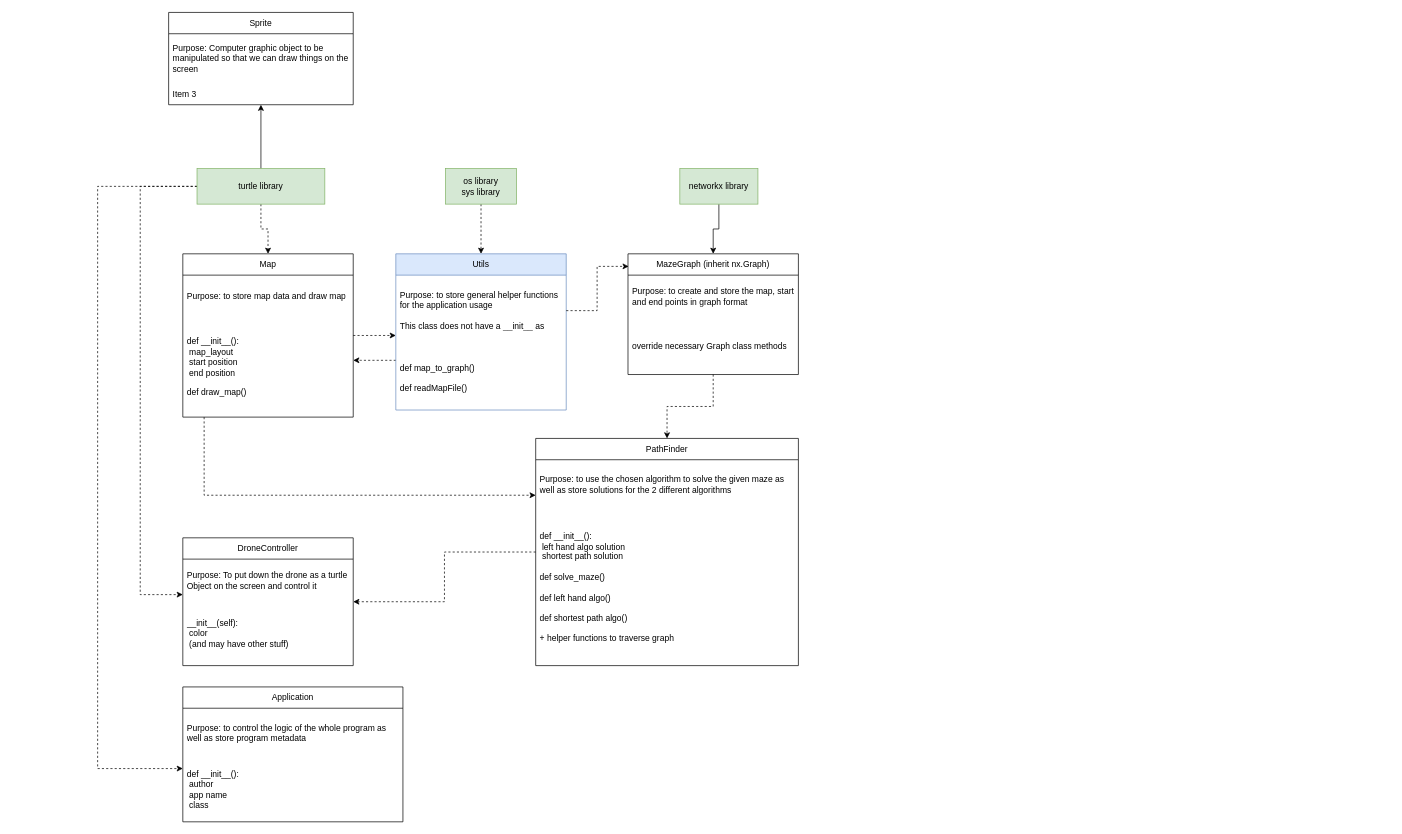
This is page "Class Design" (1 of 3) of diagrams/program_diagrams.drawio from junnjiee16/ST1507-DSAA-Maze-Solver, a draw.io file, before an edit. Source tidied: cells renumbered, new cells numbered last; positions are measured from the earlier drawing's top-left corner, leaving out a move shared by most shapes. Both pictures are drawn from the tidied source at 71%, with x=0, y=0 at pixel (97, 12).
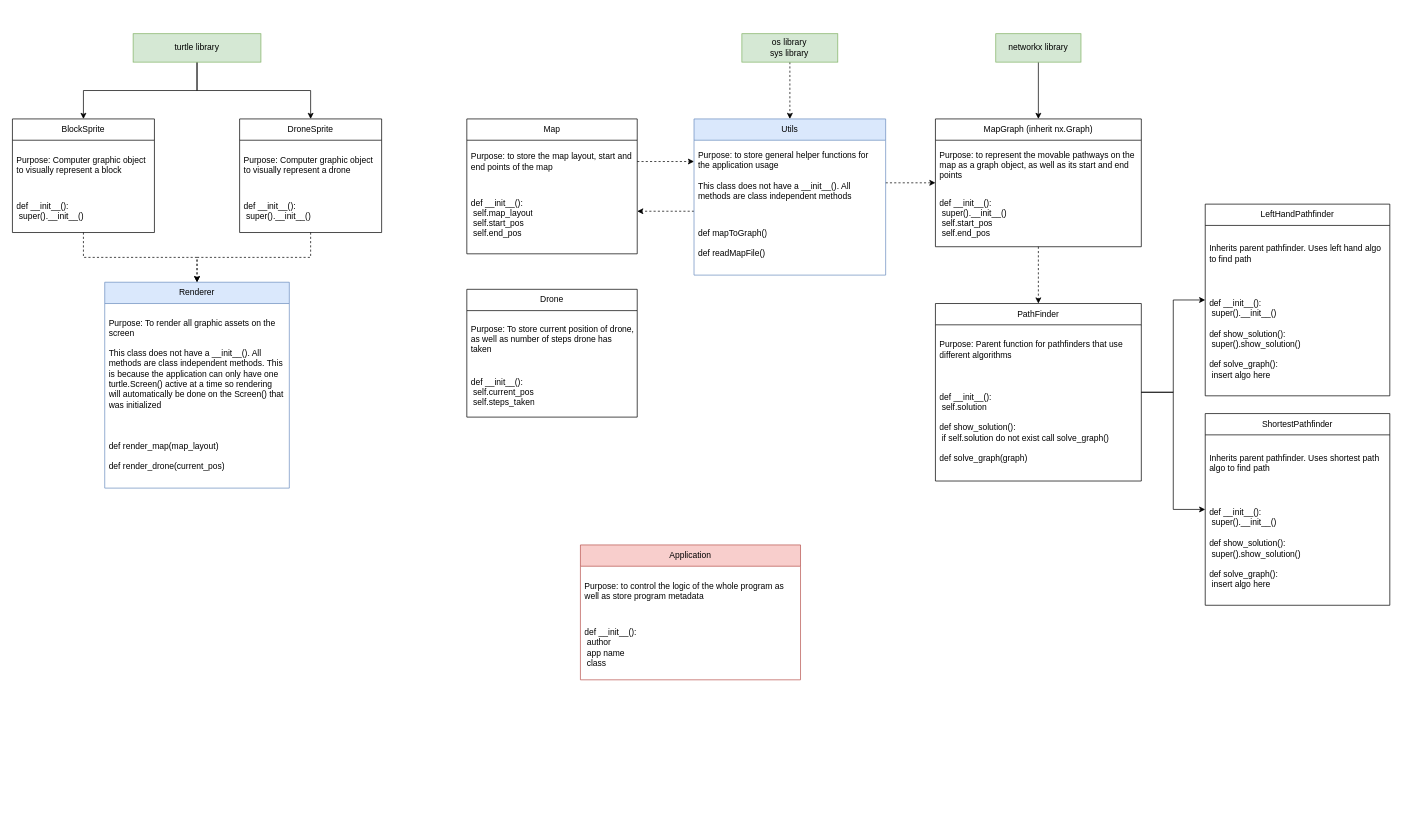
The same page after the edit.

What changed in the source:
```diff
@@
-    <mxCell id="2" style="edgeStyle=orthogonalEdgeStyle;rounded=0;jettySize=auto;html=1;entryX=0.5;entryY=0;entryDx=0;entryDy=0;dashed=1;" parent="1" edge="1" source="6" target="12">
-      <mxGeometry relative="1" as="geometry" />
-    </mxCell>
-    <mxCell id="3" style="edgeStyle=orthogonalEdgeStyle;rounded=0;jettySize=auto;html=1;dashed=1;" parent="1" edge="1" source="6" target="7">
-      <mxGeometry relative="1" as="geometry">
-        <Array as="points">
-          <mxPoint x="60" y="245" />
-          <mxPoint x="60" y="820" />
-        </Array>
-      </mxGeometry>
-    </mxCell>
-    <mxCell id="4" style="edgeStyle=orthogonalEdgeStyle;rounded=0;jettySize=auto;html=1;dashed=1;" parent="1" edge="1" source="6" target="19">
-      <mxGeometry relative="1" as="geometry">
-        <Array as="points">
-          <mxPoint y="245" />
-          <mxPoint y="1065" />
-        </Array>
-      </mxGeometry>
-    </mxCell>
     <mxCell id="5" style="edgeStyle=orthogonalEdgeStyle;rounded=0;jettySize=auto;html=1;" parent="1" edge="1" source="6" target="35">
-      <mxGeometry relative="1" as="geometry">
-        <Array as="points">
-          <mxPoint x="280" y="120" />
-        </Array>
-      </mxGeometry>
+      <mxGeometry relative="1" as="geometry" />
     </mxCell>
+    <mxCell id="38" style="edgeStyle=orthogonalEdgeStyle;rounded=0;jettySize=auto;html=1;" parent="1" edge="1" source="6" target="56">
+      <mxGeometry relative="1" as="geometry" />
+    </mxCell>
     <mxCell id="6" value="turtle library" style="rounded=0;whiteSpace=wrap;html=1;fillColor=#d5e8d4;strokeColor=#82b366;" parent="1" vertex="1">
-      <mxGeometry x="140" y="220" width="180" height="50" as="geometry" />
+      <mxGeometry x="50" y="30" width="180" height="40" as="geometry" />
     </mxCell>
-    <mxCell id="7" value="DroneController" style="swimlane;fontStyle=0;horizontal=1;startSize=30;whiteSpace=wrap;html=1;" parent="1" vertex="1">
-      <mxGeometry x="120" y="740" width="240" height="180" as="geometry" />
-    </mxCell>
-    <mxCell id="8" value="Purpose: To put down the drone as a turtle Object on the screen and control it" style="text;strokeColor=none;fillColor=none;align=left;verticalAlign=middle;spacingLeft=4;spacingRight=4;overflow=hidden;whiteSpace=wrap;html=1;" parent="7" vertex="1">
-      <mxGeometry y="30" width="240" height="60" as="geometry" />
-    </mxCell>
-    <mxCell id="9" value="__init__(self):&lt;br&gt;&lt;span style=&quot;white-space: pre;&quot;&gt; &lt;/span&gt;color&lt;br&gt;&lt;span style=&quot;white-space: pre;&quot;&gt; &lt;/span&gt;(and may have other stuff)" style="text;strokeColor=none;fillColor=none;align=left;verticalAlign=middle;spacingLeft=4;spacingRight=4;overflow=hidden;whiteSpace=wrap;html=1;" parent="7" vertex="1">
-      <mxGeometry y="90" width="240" height="90" as="geometry" />
-    </mxCell>
     <mxCell id="10" style="edgeStyle=orthogonalEdgeStyle;rounded=0;jettySize=auto;html=1;dashed=1;" parent="1" edge="1" source="12" target="31">
       <mxGeometry relative="1" as="geometry">
         <Array as="points">
-          <mxPoint x="360" y="420" />
-          <mxPoint x="360" y="420" />
+          <mxPoint x="790" y="210" />
+          <mxPoint x="790" y="210" />
         </Array>
       </mxGeometry>
     </mxCell>
-    <mxCell id="11" style="edgeStyle=orthogonalEdgeStyle;rounded=0;jettySize=auto;html=1;dashed=1;" parent="1" edge="1" source="12" target="16">
-      <mxGeometry relative="1" as="geometry">
-        <Array as="points">
-          <mxPoint x="150" y="680" />
-        </Array>
-      </mxGeometry>
-    </mxCell>
     <mxCell id="12" value="Map" style="swimlane;fontStyle=0;horizontal=1;startSize=30;whiteSpace=wrap;html=1;" parent="1" vertex="1">
-      <mxGeometry x="120" y="340" width="240" height="230" as="geometry" />
+      <mxGeometry x="520" y="150" width="240" height="190" as="geometry" />
     </mxCell>
-    <mxCell id="13" value="Purpose: to store map data and draw map" style="text;strokeColor=none;fillColor=none;align=left;verticalAlign=middle;spacingLeft=4;spacingRight=4;overflow=hidden;whiteSpace=wrap;html=1;" parent="12" vertex="1">
+    <mxCell id="13" value="Purpose: to store the map layout, start and end points of the map" style="text;strokeColor=none;fillColor=none;align=left;verticalAlign=middle;spacingLeft=4;spacingRight=4;overflow=hidden;whiteSpace=wrap;html=1;" parent="12" vertex="1">
       <mxGeometry y="30" width="240" height="60" as="geometry" />
     </mxCell>
-    <mxCell id="14" value="def __init__():&lt;br&gt;&lt;span style=&quot;white-space: pre;&quot;&gt; &lt;/span&gt;map_layout&lt;br&gt;&lt;span style=&quot;white-space: pre;&quot;&gt; &lt;/span&gt;start position&lt;br&gt;&lt;span style=&quot;white-space: pre;&quot;&gt; &lt;/span&gt;end position&lt;br&gt;&lt;br&gt;def draw_map()" style="text;strokeColor=none;fillColor=none;align=left;verticalAlign=middle;spacingLeft=4;spacingRight=4;overflow=hidden;whiteSpace=wrap;html=1;" parent="12" vertex="1">
-      <mxGeometry y="90" width="240" height="140" as="geometry" />
+    <mxCell id="14" value="def __init__():&lt;br&gt;&lt;span style=&quot;white-space: pre;&quot;&gt; &lt;/span&gt;self.map_layout&lt;br&gt;&lt;span style=&quot;white-space: pre;&quot;&gt; &lt;/span&gt;self.start_pos&lt;br&gt;&lt;span style=&quot;white-space: pre;&quot;&gt; &lt;/span&gt;self.end_pos&lt;br&gt;" style="text;strokeColor=none;fillColor=none;align=left;verticalAlign=middle;spacingLeft=4;spacingRight=4;overflow=hidden;whiteSpace=wrap;html=1;" parent="12" vertex="1">
+      <mxGeometry y="90" width="240" height="100" as="geometry" />
     </mxCell>
-    <mxCell id="15" style="edgeStyle=orthogonalEdgeStyle;rounded=0;jettySize=auto;html=1;dashed=1;" parent="1" edge="1" source="16" target="7">
-      <mxGeometry relative="1" as="geometry" />
-    </mxCell>
+    <mxCell id="39" style="edgeStyle=orthogonalEdgeStyle;rounded=0;jettySize=auto;html=1;" parent="1" edge="1" source="16" target="43">
+      <mxGeometry relative="1" as="geometry" />
+    </mxCell>
+    <mxCell id="40" style="edgeStyle=orthogonalEdgeStyle;rounded=0;jettySize=auto;html=1;" parent="1" edge="1" source="16" target="46">
+      <mxGeometry relative="1" as="geometry" />
+    </mxCell>
     <mxCell id="16" value="PathFinder" style="swimlane;fontStyle=0;horizontal=1;startSize=30;whiteSpace=wrap;html=1;" parent="1" vertex="1">
-      <mxGeometry x="617" y="600" width="370" height="320" as="geometry" />
+      <mxGeometry x="1180" y="410" width="290" height="250" as="geometry" />
     </mxCell>
-    <mxCell id="17" value="Purpose: to use the chosen algorithm to solve the given maze as well as store solutions for the 2 different algorithms" style="text;strokeColor=none;fillColor=none;align=left;verticalAlign=middle;spacingLeft=4;spacingRight=4;overflow=hidden;whiteSpace=wrap;html=1;" parent="16" vertex="1">
-      <mxGeometry y="30" width="370" height="70" as="geometry" />
+    <mxCell id="17" value="Purpose: Parent function for pathfinders that use different algorithms" style="text;strokeColor=none;fillColor=none;align=left;verticalAlign=middle;spacingLeft=4;spacingRight=4;overflow=hidden;whiteSpace=wrap;html=1;" parent="16" vertex="1">
+      <mxGeometry y="30" width="290" height="70" as="geometry" />
     </mxCell>
-    <mxCell id="18" value="def __init__():&lt;br&gt;&lt;span style=&quot;white-space: pre;&quot;&gt;&lt;span style=&quot;white-space: pre;&quot;&gt; &lt;/span&gt;left hand algo solution&lt;br/&gt;&lt;span style=&quot;white-space: pre;&quot;&gt; &lt;/span&gt;shortest path solution&lt;br/&gt;&lt;br/&gt;def solve_maze()&lt;br/&gt;&lt;br/&gt;def left hand algo()&lt;br/&gt;&lt;br/&gt;def shortest path algo()&lt;br/&gt;&lt;br/&gt;+ helper functions to traverse graph &lt;/span&gt;" style="text;strokeColor=none;fillColor=none;align=left;verticalAlign=middle;spacingLeft=4;spacingRight=4;overflow=hidden;whiteSpace=wrap;html=1;" parent="16" vertex="1">
-      <mxGeometry y="100" width="370" height="220" as="geometry" />
+    <mxCell id="18" value="def __init__():&lt;br&gt;&lt;span style=&quot;white-space: pre;&quot;&gt; &lt;/span&gt;self.solution&lt;br&gt;&lt;br&gt;def show_solution():&lt;br&gt;&lt;span style=&quot;white-space: pre;&quot;&gt; &lt;/span&gt;if self.solution do not exist call solve_graph()&lt;br&gt;&lt;br&gt;def solve_graph(graph)" style="text;strokeColor=none;fillColor=none;align=left;verticalAlign=middle;spacingLeft=4;spacingRight=4;overflow=hidden;whiteSpace=wrap;html=1;" parent="16" vertex="1">
+      <mxGeometry y="100" width="290" height="150" as="geometry" />
     </mxCell>
-    <mxCell id="19" value="Application" style="swimlane;fontStyle=0;horizontal=1;startSize=30;whiteSpace=wrap;html=1;" parent="1" vertex="1">
-      <mxGeometry x="120" y="950" width="310" height="190" as="geometry" />
+    <mxCell id="19" value="Application" style="swimlane;fontStyle=0;horizontal=1;startSize=30;whiteSpace=wrap;html=1;fillColor=#f8cecc;strokeColor=#b85450;" parent="1" vertex="1">
+      <mxGeometry x="680" y="750" width="310" height="190" as="geometry" />
     </mxCell>
@@
     <mxCell id="23" value="os library&lt;br&gt;sys library" style="rounded=0;whiteSpace=wrap;html=1;fillColor=#d5e8d4;strokeColor=#82b366;" parent="1" vertex="1">
-      <mxGeometry x="490" y="220" width="100" height="50" as="geometry" />
+      <mxGeometry x="907.4" y="30" width="135.1" height="40" as="geometry" />
     </mxCell>
@@
-    <mxCell id="25" value="MazeGraph (inherit nx.Graph)" style="swimlane;fontStyle=0;horizontal=1;startSize=30;whiteSpace=wrap;html=1;" parent="1" vertex="1">
-      <mxGeometry x="747" y="340" width="240" height="170" as="geometry" />
+    <mxCell id="25" value="MapGraph (inherit nx.Graph)" style="swimlane;fontStyle=0;horizontal=1;startSize=30;whiteSpace=wrap;html=1;" parent="1" vertex="1">
+      <mxGeometry x="1180" y="150" width="290" height="180" as="geometry" />
     </mxCell>
-    <mxCell id="26" value="Purpose: to create and store the map, start and end points in graph format&lt;br&gt;" style="text;strokeColor=none;fillColor=none;align=left;verticalAlign=middle;spacingLeft=4;spacingRight=4;overflow=hidden;whiteSpace=wrap;html=1;" parent="25" vertex="1">
-      <mxGeometry y="30" width="240" height="60" as="geometry" />
+    <mxCell id="26" value="Purpose: to represent the movable pathways on the map as a graph object, as well as its start and end points" style="text;strokeColor=none;fillColor=none;align=left;verticalAlign=middle;spacingLeft=4;spacingRight=4;overflow=hidden;whiteSpace=wrap;html=1;" parent="25" vertex="1">
+      <mxGeometry y="30" width="290" height="70" as="geometry" />
     </mxCell>
-    <mxCell id="27" value="override necessary Graph class methods" style="text;strokeColor=none;fillColor=none;align=left;verticalAlign=middle;spacingLeft=4;spacingRight=4;overflow=hidden;whiteSpace=wrap;html=1;" parent="25" vertex="1">
-      <mxGeometry y="90" width="240" height="80" as="geometry" />
+    <mxCell id="27" value="def __init__():&lt;br&gt;&lt;span style=&quot;white-space: pre;&quot;&gt; &lt;/span&gt;super().__init__()&lt;br&gt;&lt;span style=&quot;white-space: pre;&quot;&gt; &lt;/span&gt;self.start_pos&lt;br&gt;&lt;span style=&quot;white-space: pre;&quot;&gt; &lt;/span&gt;self.end_pos" style="text;strokeColor=none;fillColor=none;align=left;verticalAlign=middle;spacingLeft=4;spacingRight=4;overflow=hidden;whiteSpace=wrap;html=1;" parent="25" vertex="1">
+      <mxGeometry y="100" width="290" height="80" as="geometry" />
     </mxCell>
@@
     <mxCell id="29" value="networkx library" style="rounded=0;whiteSpace=wrap;html=1;fillColor=#d5e8d4;strokeColor=#82b366;" parent="1" vertex="1">
-      <mxGeometry x="820" y="220" width="110" height="50" as="geometry" />
+      <mxGeometry x="1265" y="30" width="120" height="40" as="geometry" />
     </mxCell>
     <mxCell id="30" style="edgeStyle=orthogonalEdgeStyle;rounded=0;jettySize=auto;html=1;dashed=1;" parent="1" edge="1" source="31" target="12">
       <mxGeometry relative="1" as="geometry">
         <Array as="points">
-          <mxPoint x="370" y="490" />
-          <mxPoint x="370" y="490" />
+          <mxPoint x="780" y="280" />
+          <mxPoint x="780" y="280" />
         </Array>
       </mxGeometry>
     </mxCell>
+    <mxCell id="41" style="edgeStyle=orthogonalEdgeStyle;rounded=0;jettySize=auto;html=1;dashed=1;" parent="1" edge="1" source="31" target="25">
+      <mxGeometry relative="1" as="geometry">
+        <Array as="points">
+          <mxPoint x="1130" y="240" />
+          <mxPoint x="1130" y="240" />
+        </Array>
+      </mxGeometry>
+    </mxCell>
     <mxCell id="31" value="Utils" style="swimlane;fontStyle=0;horizontal=1;startSize=30;whiteSpace=wrap;html=1;fillColor=#dae8fc;strokeColor=#6c8ebf;" parent="1" vertex="1">
-      <mxGeometry x="420" y="340" width="240" height="220" as="geometry" />
+      <mxGeometry x="840" y="150" width="269.9" height="220" as="geometry" />
     </mxCell>
-    <mxCell id="32" value="Purpose: to store general helper functions for the application usage&lt;br&gt;&lt;br&gt;This class does not have a __init__ as&amp;nbsp;" style="text;strokeColor=none;fillColor=none;align=left;verticalAlign=middle;spacingLeft=4;spacingRight=4;overflow=hidden;points=[[0,0.5],[1,0.5]];portConstraint=eastwest;whiteSpace=wrap;html=1;" parent="31" vertex="1">
-      <mxGeometry y="30" width="240" height="100" as="geometry" />
+    <mxCell id="32" value="Purpose: to store general helper functions for the application usage&lt;br&gt;&lt;br&gt;This class does not have a __init__(). All methods are class independent methods&amp;nbsp;" style="text;strokeColor=none;fillColor=none;align=left;verticalAlign=middle;spacingLeft=4;spacingRight=4;overflow=hidden;points=[[0,0.5],[1,0.5]];portConstraint=eastwest;whiteSpace=wrap;html=1;" parent="31" vertex="1">
+      <mxGeometry y="30" width="269.9" height="100" as="geometry" />
     </mxCell>
-    <mxCell id="33" value="def map_to_graph()&lt;br&gt;&lt;br&gt;def readMapFile()" style="text;strokeColor=none;fillColor=none;align=left;verticalAlign=middle;spacingLeft=4;spacingRight=4;overflow=hidden;whiteSpace=wrap;html=1;" parent="31" vertex="1">
-      <mxGeometry y="130" width="240" height="90" as="geometry" />
+    <mxCell id="33" value="def mapToGraph()&lt;br&gt;&lt;br&gt;def readMapFile()" style="text;strokeColor=none;fillColor=none;align=left;verticalAlign=middle;spacingLeft=4;spacingRight=4;overflow=hidden;whiteSpace=wrap;html=1;" parent="31" vertex="1">
+      <mxGeometry y="130" width="269.9" height="90" as="geometry" />
     </mxCell>
-    <mxCell id="34" style="edgeStyle=orthogonalEdgeStyle;rounded=0;jettySize=auto;html=1;entryX=0.004;entryY=0.104;entryDx=0;entryDy=0;entryPerimeter=0;dashed=1;" parent="1" edge="1" source="32" target="25">
-      <mxGeometry relative="1" as="geometry" />
-    </mxCell>
+    <mxCell id="42" style="edgeStyle=orthogonalEdgeStyle;rounded=0;jettySize=auto;html=1;dashed=1;" parent="1" edge="1" source="35" target="49">
+      <mxGeometry relative="1" as="geometry" />
+    </mxCell>
-    <mxCell id="35" value="Sprite" style="swimlane;fontStyle=0;horizontal=1;startSize=30;whiteSpace=wrap;html=1;" parent="1" vertex="1">
-      <mxGeometry x="100" width="260" height="130" as="geometry" />
+    <mxCell id="35" value="BlockSprite" style="swimlane;fontStyle=0;horizontal=1;startSize=30;whiteSpace=wrap;html=1;" parent="1" vertex="1">
+      <mxGeometry x="-120" y="150" width="200" height="160" as="geometry" />
     </mxCell>
-    <mxCell id="36" value="Purpose: Computer graphic object to be manipulated so that we can draw things on the screen" style="text;strokeColor=none;fillColor=none;align=left;verticalAlign=middle;spacingLeft=4;spacingRight=4;overflow=hidden;whiteSpace=wrap;html=1;" parent="35" vertex="1">
-      <mxGeometry y="30" width="260" height="70" as="geometry" />
+    <mxCell id="36" value="Purpose: Computer graphic object to visually represent a block" style="text;strokeColor=none;fillColor=none;align=left;verticalAlign=middle;spacingLeft=4;spacingRight=4;overflow=hidden;whiteSpace=wrap;html=1;" parent="35" vertex="1">
+      <mxGeometry y="30" width="200" height="70" as="geometry" />
     </mxCell>
-    <mxCell id="37" value="Item 3" style="text;strokeColor=none;fillColor=none;align=left;verticalAlign=middle;spacingLeft=4;spacingRight=4;overflow=hidden;whiteSpace=wrap;html=1;" parent="35" vertex="1">
-      <mxGeometry y="100" width="260" height="30" as="geometry" />
+    <mxCell id="37" value="def __init__():&lt;br&gt;&lt;span style=&quot;white-space: pre;&quot;&gt; &lt;/span&gt;super().__init__()" style="text;strokeColor=none;fillColor=none;align=left;verticalAlign=middle;spacingLeft=4;spacingRight=4;overflow=hidden;whiteSpace=wrap;html=1;" parent="35" vertex="1">
+      <mxGeometry y="100" width="200" height="60" as="geometry" />
     </mxCell>
+    <mxCell id="43" value="LeftHandPathfinder" style="swimlane;fontStyle=0;horizontal=1;startSize=30;whiteSpace=wrap;html=1;" parent="1" vertex="1">
+      <mxGeometry x="1560" y="270" width="260" height="270" as="geometry" />
+    </mxCell>
+    <mxCell id="44" value="Inherits parent pathfinder. Uses left hand algo to find path" style="text;strokeColor=none;fillColor=none;align=left;verticalAlign=middle;spacingLeft=4;spacingRight=4;overflow=hidden;whiteSpace=wrap;html=1;" parent="43" vertex="1">
+      <mxGeometry y="30" width="260" height="80" as="geometry" />
+    </mxCell>
+    <mxCell id="45" value="def __init__():&lt;br&gt;&lt;span style=&quot;white-space: pre;&quot;&gt; &lt;/span&gt;super().__init__()&lt;br&gt;&lt;br&gt;def show_solution():&lt;br&gt;&lt;span style=&quot;white-space: pre;&quot;&gt; &lt;/span&gt;super().show_solution()&lt;br&gt;&lt;br&gt;def solve_graph():&lt;br&gt;&lt;span style=&quot;white-space: pre;&quot;&gt; &lt;/span&gt;insert algo here" style="text;strokeColor=none;fillColor=none;align=left;verticalAlign=middle;spacingLeft=4;spacingRight=4;overflow=hidden;whiteSpace=wrap;html=1;" parent="43" vertex="1">
+      <mxGeometry y="110" width="260" height="160" as="geometry" />
+    </mxCell>
+    <mxCell id="46" value="ShortestPathfinder" style="swimlane;fontStyle=0;horizontal=1;startSize=30;whiteSpace=wrap;html=1;" parent="1" vertex="1">
+      <mxGeometry x="1560" y="565" width="260" height="270" as="geometry" />
+    </mxCell>
+    <mxCell id="47" value="Inherits parent pathfinder. Uses shortest path algo to find path" style="text;strokeColor=none;fillColor=none;align=left;verticalAlign=middle;spacingLeft=4;spacingRight=4;overflow=hidden;whiteSpace=wrap;html=1;" parent="46" vertex="1">
+      <mxGeometry y="30" width="260" height="80" as="geometry" />
+    </mxCell>
+    <mxCell id="48" value="def __init__():&lt;br&gt;&lt;span style=&quot;white-space: pre;&quot;&gt; &lt;/span&gt;super().__init__()&lt;br&gt;&lt;br&gt;def show_solution():&lt;br&gt;&lt;span style=&quot;white-space: pre;&quot;&gt; &lt;/span&gt;super().show_solution()&lt;br&gt;&lt;br&gt;def solve_graph():&lt;br&gt;&lt;span style=&quot;white-space: pre;&quot;&gt; &lt;/span&gt;insert algo here" style="text;strokeColor=none;fillColor=none;align=left;verticalAlign=middle;spacingLeft=4;spacingRight=4;overflow=hidden;whiteSpace=wrap;html=1;" parent="46" vertex="1">
+      <mxGeometry y="110" width="260" height="160" as="geometry" />
+    </mxCell>
+    <mxCell id="49" value="Renderer" style="swimlane;fontStyle=0;horizontal=1;startSize=30;whiteSpace=wrap;html=1;fillColor=#dae8fc;strokeColor=#6c8ebf;" parent="1" vertex="1">
+      <mxGeometry x="10" y="380" width="260" height="290" as="geometry" />
+    </mxCell>
+    <mxCell id="50" value="Purpose: To render all graphic assets on the screen&lt;br&gt;&lt;br&gt;This class does not have a __init__(). All methods are class independent methods. This is because the application can only have one turtle.Screen() active at a time so rendering will automatically be done on the Screen() that was initialized&lt;span style=&quot;white-space: pre;&quot;&gt; &lt;/span&gt;" style="text;strokeColor=none;fillColor=none;align=left;verticalAlign=middle;spacingLeft=4;spacingRight=4;overflow=hidden;whiteSpace=wrap;html=1;" parent="49" vertex="1">
+      <mxGeometry y="30" width="260" height="170" as="geometry" />
+    </mxCell>
+    <mxCell id="51" value="def render_map(map_layout)&lt;br&gt;&lt;br&gt;def render_drone(current_pos)" style="text;strokeColor=none;fillColor=none;align=left;verticalAlign=middle;spacingLeft=4;spacingRight=4;overflow=hidden;whiteSpace=wrap;html=1;" parent="49" vertex="1">
+      <mxGeometry y="200" width="260" height="90" as="geometry" />
+    </mxCell>
+    <mxCell id="52" value="Drone" style="swimlane;fontStyle=0;horizontal=1;startSize=30;whiteSpace=wrap;html=1;" parent="1" vertex="1">
+      <mxGeometry x="520" y="390" width="240" height="180" as="geometry" />
+    </mxCell>
+    <mxCell id="53" value="Purpose: To store current position of drone, as well as number of steps drone has taken" style="text;strokeColor=none;fillColor=none;align=left;verticalAlign=middle;spacingLeft=4;spacingRight=4;overflow=hidden;whiteSpace=wrap;html=1;" parent="52" vertex="1">
+      <mxGeometry y="30" width="240" height="80" as="geometry" />
+    </mxCell>
+    <mxCell id="54" value="def __init__():&lt;br&gt;&lt;span style=&quot;white-space: pre;&quot;&gt; &lt;/span&gt;self.current_pos&lt;br&gt;&lt;span style=&quot;white-space: pre;&quot;&gt; &lt;/span&gt;self.steps_taken" style="text;strokeColor=none;fillColor=none;align=left;verticalAlign=middle;spacingLeft=4;spacingRight=4;overflow=hidden;whiteSpace=wrap;html=1;" parent="52" vertex="1">
+      <mxGeometry y="110" width="240" height="70" as="geometry" />
+    </mxCell>
+    <mxCell id="55" style="edgeStyle=orthogonalEdgeStyle;rounded=0;jettySize=auto;html=1;dashed=1;" parent="1" edge="1" source="56" target="49">
+      <mxGeometry relative="1" as="geometry" />
+    </mxCell>
+    <mxCell id="56" value="DroneSprite" style="swimlane;fontStyle=0;horizontal=1;startSize=30;whiteSpace=wrap;html=1;" parent="1" vertex="1">
+      <mxGeometry x="200" y="150" width="200" height="160" as="geometry" />
+    </mxCell>
+    <mxCell id="57" value="Purpose: Computer graphic object to visually represent a drone" style="text;strokeColor=none;fillColor=none;align=left;verticalAlign=middle;spacingLeft=4;spacingRight=4;overflow=hidden;whiteSpace=wrap;html=1;" parent="56" vertex="1">
+      <mxGeometry y="30" width="200" height="70" as="geometry" />
+    </mxCell>
+    <mxCell id="58" value="def __init__():&lt;br&gt;&lt;span style=&quot;white-space: pre;&quot;&gt; &lt;/span&gt;super().__init__()" style="text;strokeColor=none;fillColor=none;align=left;verticalAlign=middle;spacingLeft=4;spacingRight=4;overflow=hidden;whiteSpace=wrap;html=1;" parent="56" vertex="1">
+      <mxGeometry y="100" width="200" height="60" as="geometry" />
+    </mxCell>
```
